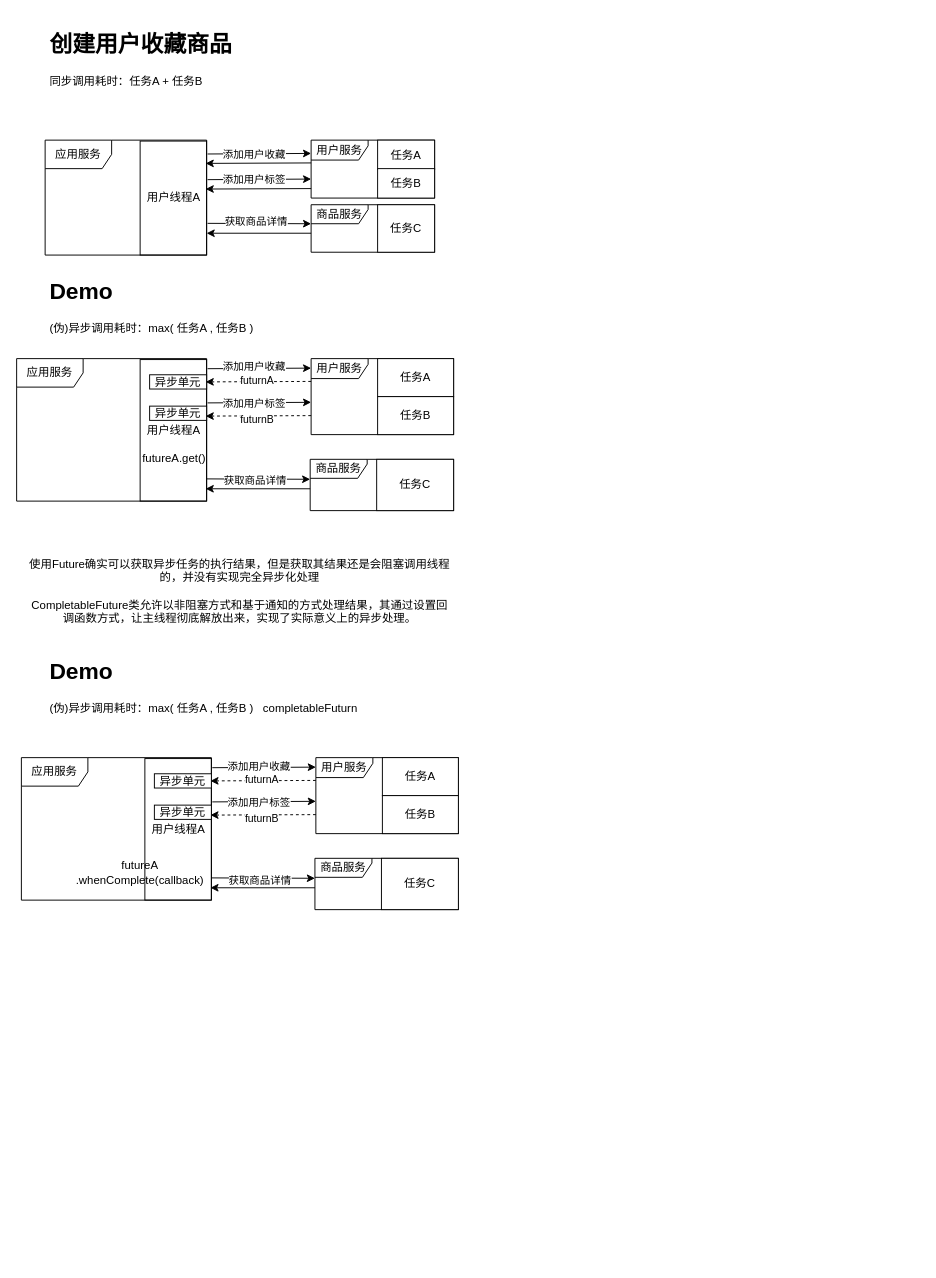
This is 1.drawio from keep-moving-free/keep-moving-free, a draw.io file, before an edit. Source tidied: cells renumbered, new cells numbered last; positions are measured from the earlier drawing's top-left corner, leaving out a move shared by most shapes. Both pictures are drawn from the tidied source at 95%, with x=0, y=0 at pixel (16, 26).
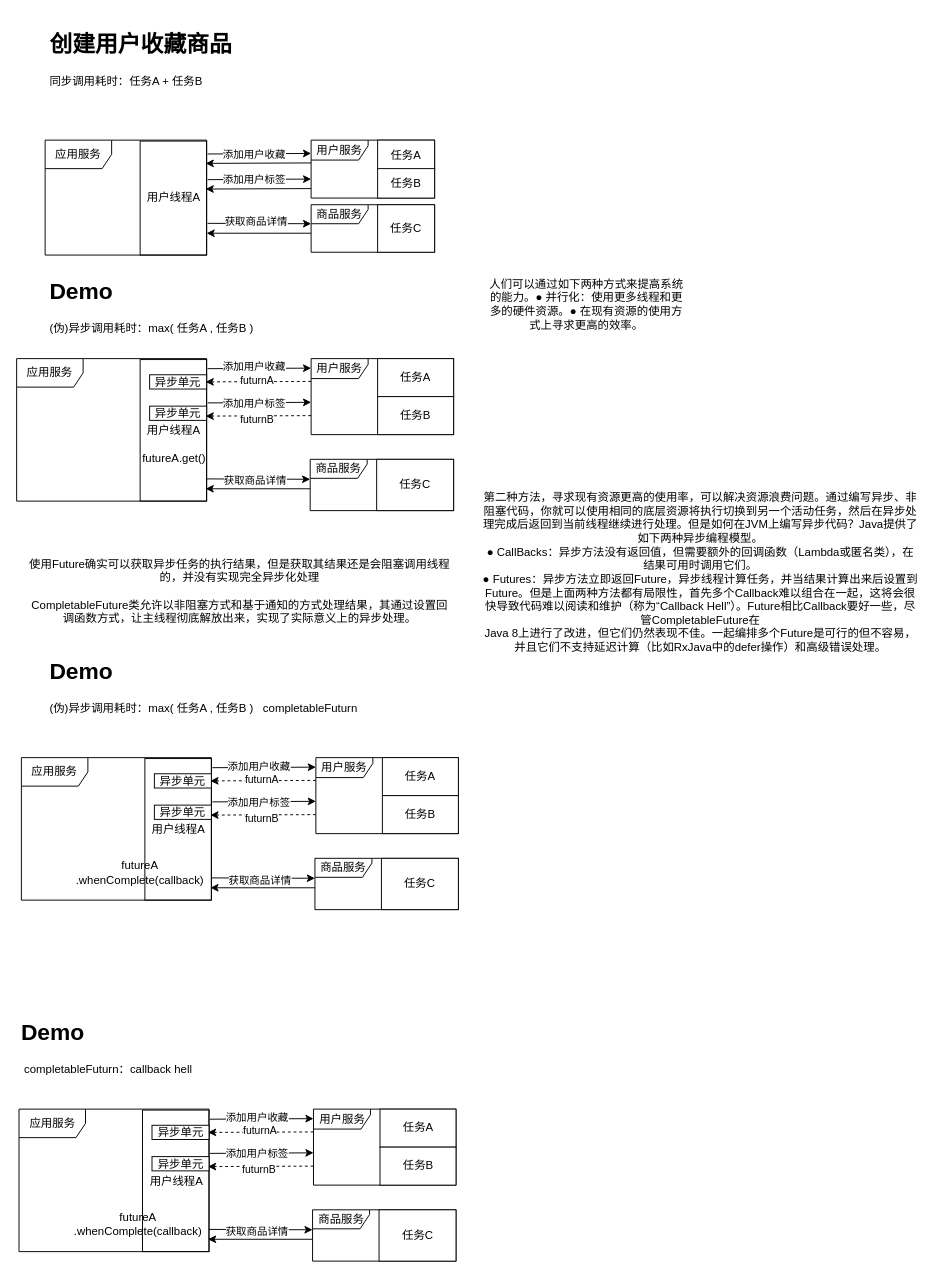
Above is the later version.

The edit, as a diff of the source:
```diff
@@
+    <mxCell id="64" value="人们可以通过如下两种方式来提高系统的能力。● 并行化：使用更多线程和更多的硬件资源。● 在现有资源的使用方式上寻求更高的效率。" style="text;html=1;strokeColor=none;fillColor=none;align=center;verticalAlign=middle;whiteSpace=wrap;rounded=0;" parent="1" vertex="1">
+      <mxGeometry x="495" y="188" width="210" height="210" as="geometry" />
+    </mxCell>
+    <mxCell id="65" value="第二种方法，寻求现有资源更高的使用率，可以解决资源浪费问题。通过编写异步、非阻塞代码，你就可以使用相同的底层资源将执行切换到另一个活动任务，然后在异步处理完成后返回到当前线程继续进行处理。但是如何在JVM上编写异步代码？Java提供了如下两种异步编程模型。&lt;br&gt;● CallBacks：异步方法没有返回值，但需要额外的回调函数（Lambda或匿名类），在结果可用时调用它们。&lt;br&gt;● Futures：异步方法立即返回Future，异步线程计算任务，并当结果计算出来后设置到Future。但是上面两种方法都有局限性，首先多个Callback难以组合在一起，这将会很快导致代码难以阅读和维护（称为“Callback Hell”）。Future相比Callback要好一些，尽管CompletableFuture在&lt;br&gt;Java 8上进行了改进，但它们仍然表现不佳。一起编排多个Future是可行的但不容易，并且它们不支持延迟计算（比如RxJava中的defer操作）和高级错误处理。" style="text;html=1;strokeColor=none;fillColor=none;align=center;verticalAlign=middle;whiteSpace=wrap;rounded=0;" parent="1" vertex="1">
+      <mxGeometry x="490" y="450" width="460" height="250" as="geometry" />
+    </mxCell>
+    <mxCell id="66" value="用户线程A" style="html=1;" parent="1" vertex="1">
+      <mxGeometry x="132.5" y="1141" width="70" height="149" as="geometry" />
+    </mxCell>
+    <mxCell id="67" value="应用服务" style="shape=umlFrame;whiteSpace=wrap;html=1;width=70;height=30;" parent="1" vertex="1">
+      <mxGeometry x="2.5" y="1140" width="200" height="150" as="geometry" />
+    </mxCell>
+    <mxCell id="68" value="用户服务" style="shape=umlFrame;whiteSpace=wrap;html=1;width=60;height=21;" parent="1" vertex="1">
+      <mxGeometry x="312.5" y="1140" width="150" height="80" as="geometry" />
+    </mxCell>
+    <mxCell id="69" value="商品服务" style="shape=umlFrame;whiteSpace=wrap;html=1;width=60;height=20;" parent="1" vertex="1">
+      <mxGeometry x="311.5" y="1246" width="151" height="54" as="geometry" />
+    </mxCell>
+    <mxCell id="70" style="endArrow=classic;html=1;rounded=0;exitX=1.014;exitY=0.088;exitDx=0;exitDy=0;exitPerimeter=0;" parent="1" edge="1">
+      <mxGeometry relative="1" as="geometry">
+        <mxPoint x="203.5" y="1150.6" as="sourcePoint" />
+        <mxPoint x="312.5" y="1150" as="targetPoint" />
+      </mxGeometry>
+    </mxCell>
+    <mxCell id="71" value="添加用户收藏" style="edgeLabel;html=1;align=center;verticalAlign=middle;" parent="70" vertex="1">
+      <mxGeometry x="-0.25" relative="1" as="geometry">
+        <mxPoint x="8" y="-2" as="offset" />
+      </mxGeometry>
+    </mxCell>
+    <mxCell id="72" style="endArrow=classic;html=1;rounded=0;entryX=0.986;entryY=0.171;entryDx=0;entryDy=0;entryPerimeter=0;dashed=1;" parent="1" edge="1">
+      <mxGeometry relative="1" as="geometry">
+        <mxPoint x="312.5" y="1164" as="sourcePoint" />
+        <mxPoint x="201.5" y="1164.5" as="targetPoint" />
+      </mxGeometry>
+    </mxCell>
+    <mxCell id="73" value="futurnA" style="edgeLabel;html=1;align=center;verticalAlign=middle;" parent="72" vertex="1">
+      <mxGeometry x="0.05" y="-2" relative="1" as="geometry">
+        <mxPoint x="1" as="offset" />
+      </mxGeometry>
+    </mxCell>
+    <mxCell id="74" style="endArrow=classic;html=1;rounded=0;exitX=1.014;exitY=0.663;exitDx=0;exitDy=0;exitPerimeter=0;" parent="1" edge="1">
+      <mxGeometry relative="1" as="geometry">
+        <mxPoint x="202.5" y="1266.6" as="sourcePoint" />
+        <mxPoint x="311.5" y="1267" as="targetPoint" />
+      </mxGeometry>
+    </mxCell>
+    <mxCell id="75" value="获取商品详情" style="edgeLabel;html=1;align=center;verticalAlign=middle;" parent="74" vertex="1">
+      <mxGeometry x="-0.07" y="2" relative="1" as="geometry">
+        <mxPoint x="-1" y="4" as="offset" />
+      </mxGeometry>
+    </mxCell>
+    <mxCell id="76" style="endArrow=classic;html=1;rounded=0;entryX=1;entryY=0.75;entryDx=0;entryDy=0;" parent="1" edge="1">
+      <mxGeometry relative="1" as="geometry">
+        <mxPoint x="311.5" y="1277" as="sourcePoint" />
+        <mxPoint x="201.5" y="1277" as="targetPoint" />
+      </mxGeometry>
+    </mxCell>
+    <mxCell id="77" value="任务A" style="rounded=0;whiteSpace=wrap;html=1;" parent="1" vertex="1">
+      <mxGeometry x="382.5" y="1140" width="80" height="40" as="geometry" />
+    </mxCell>
+    <mxCell id="78" value="任务C" style="rounded=0;whiteSpace=wrap;html=1;" parent="1" vertex="1">
+      <mxGeometry x="381.5" y="1246" width="81" height="54" as="geometry" />
+    </mxCell>
+    <mxCell id="79" style="endArrow=classic;html=1;rounded=0;exitX=1.014;exitY=0.088;exitDx=0;exitDy=0;exitPerimeter=0;" parent="1" edge="1">
+      <mxGeometry relative="1" as="geometry">
+        <mxPoint x="203.5" y="1186.6" as="sourcePoint" />
+        <mxPoint x="312.5" y="1186" as="targetPoint" />
+      </mxGeometry>
+    </mxCell>
+    <mxCell id="80" value="添加用户标签" style="edgeLabel;html=1;align=center;verticalAlign=middle;" parent="79" vertex="1">
+      <mxGeometry x="-0.25" relative="1" as="geometry">
+        <mxPoint x="8" as="offset" />
+      </mxGeometry>
+    </mxCell>
+    <mxCell id="81" style="endArrow=classic;html=1;rounded=0;entryX=0.986;entryY=0.171;entryDx=0;entryDy=0;entryPerimeter=0;dashed=1;" parent="1" edge="1">
+      <mxGeometry relative="1" as="geometry">
+        <mxPoint x="312.5" y="1200" as="sourcePoint" />
+        <mxPoint x="201.5" y="1200.5" as="targetPoint" />
+      </mxGeometry>
+    </mxCell>
+    <mxCell id="82" value="futurnB" style="edgeLabel;html=1;align=center;verticalAlign=middle;" parent="81" vertex="1">
+      <mxGeometry x="0.07" y="3" relative="1" as="geometry">
+        <mxPoint x="1" as="offset" />
+      </mxGeometry>
+    </mxCell>
+    <mxCell id="83" value="任务B" style="rounded=0;whiteSpace=wrap;html=1;" parent="1" vertex="1">
+      <mxGeometry x="382.5" y="1180" width="80" height="40" as="geometry" />
+    </mxCell>
+    <mxCell id="84" value="异步单元" style="rounded=0;whiteSpace=wrap;html=1;" parent="1" vertex="1">
+      <mxGeometry x="142.5" y="1157" width="60" height="15" as="geometry" />
+    </mxCell>
+    <mxCell id="85" value="异步单元" style="rounded=0;whiteSpace=wrap;html=1;" parent="1" vertex="1">
+      <mxGeometry x="142.5" y="1190" width="60" height="15" as="geometry" />
+    </mxCell>
+    <mxCell id="86" value="futureA&lt;br&gt;.whenComplete(callback)" style="text;html=1;strokeColor=none;fillColor=none;align=center;verticalAlign=middle;whiteSpace=wrap;rounded=0;" parent="1" vertex="1">
+      <mxGeometry x="97.5" y="1246" width="60" height="30" as="geometry" />
+    </mxCell>
+    <mxCell id="87" value="&lt;h1&gt;Demo&lt;/h1&gt;&lt;p&gt;&amp;nbsp;completableFuturn：callback hell&lt;/p&gt;" style="text;html=1;strokeColor=none;fillColor=none;spacing=5;spacingTop=-20;whiteSpace=wrap;overflow=hidden;rounded=0;" parent="1" vertex="1">
+      <mxGeometry y="1040" width="465" height="90" as="geometry" />
+    </mxCell>
```
